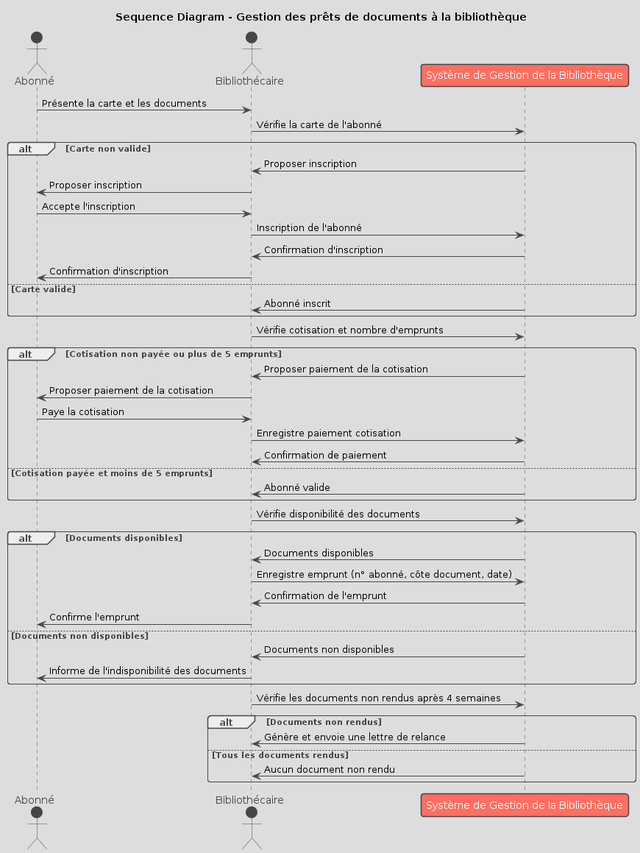
clemence95/CDA24178 keeps this PlantUML diagram as asset/diagramme_sequence.png. Above is the earlier version.
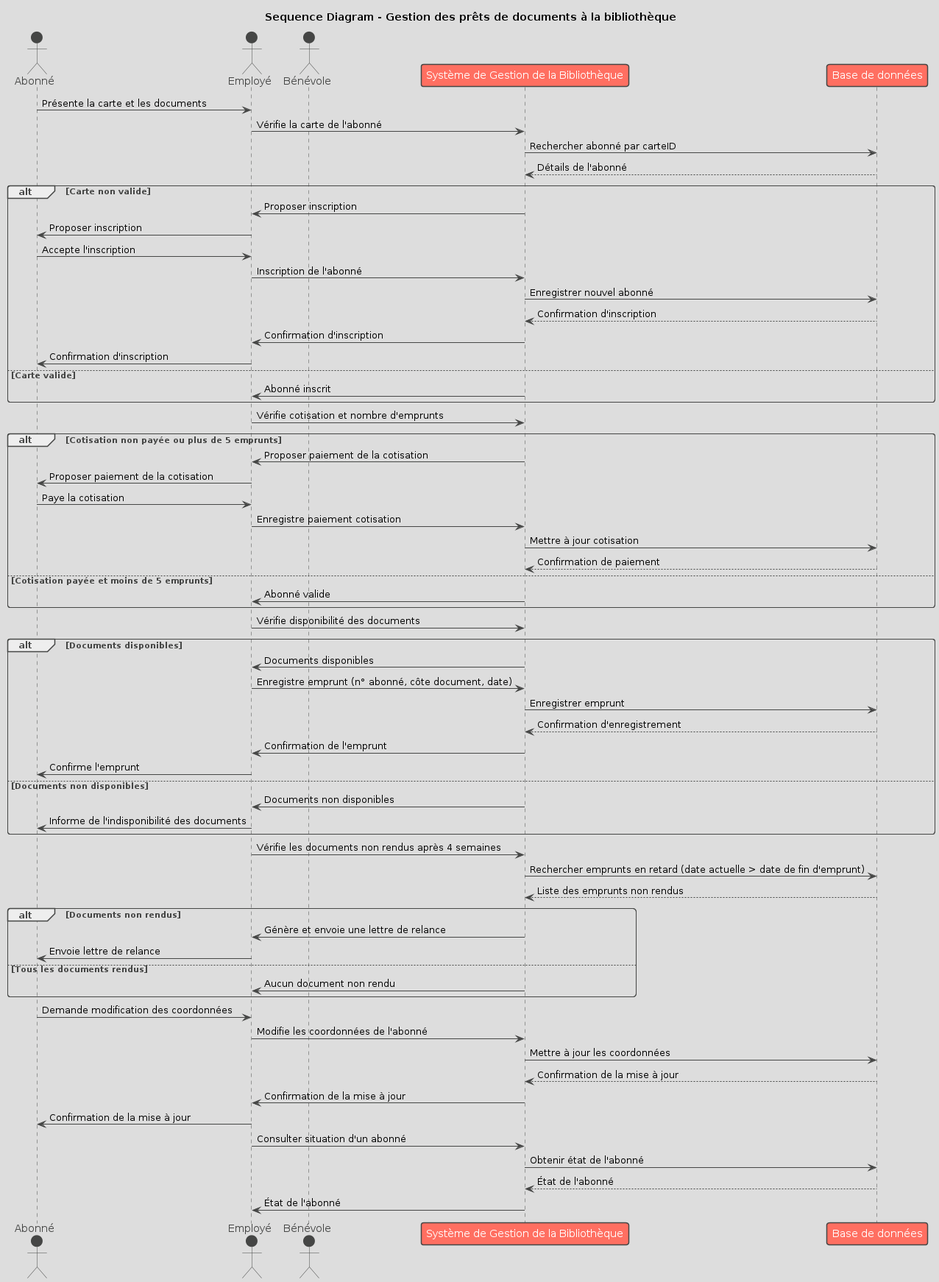
After the change.

What changed in the source:
```diff
@@ -3,48 +3,73 @@
 title Sequence Diagram - Gestion des prêts de documents à la bibliothèque
 
 actor Abonné
-actor Bibliothécaire
+actor Employé
+actor Bénévole
 participant "Système de Gestion de la Bibliothèque" as SGB
+participant "Base de données" as DB
 
-Abonné -> Bibliothécaire: Présente la carte et les documents
-Bibliothécaire -> SGB: Vérifie la carte de l'abonné
+Abonné -> Employé: Présente la carte et les documents
+Employé -> SGB: Vérifie la carte de l'abonné
+SGB -> DB: Rechercher abonné par carteID
+DB --> SGB: Détails de l'abonné
+
 alt Carte non valide
-    SGB -> Bibliothécaire: Proposer inscription
-    Bibliothécaire -> Abonné: Proposer inscription
-    Abonné -> Bibliothécaire: Accepte l'inscription
-    Bibliothécaire -> SGB: Inscription de l'abonné
-    SGB -> Bibliothécaire: Confirmation d'inscription
-    Bibliothécaire -> Abonné: Confirmation d'inscription
+    SGB -> Employé: Proposer inscription
+    Employé -> Abonné: Proposer inscription
+    Abonné -> Employé: Accepte l'inscription
+    Employé -> SGB: Inscription de l'abonné
+    SGB -> DB: Enregistrer nouvel abonné
+    DB --> SGB: Confirmation d'inscription
+    SGB -> Employé: Confirmation d'inscription
+    Employé -> Abonné: Confirmation d'inscription
 else Carte valide
-    SGB -> Bibliothécaire: Abonné inscrit
+    SGB -> Employé: Abonné inscrit
 end
 
-Bibliothécaire -> SGB: Vérifie cotisation et nombre d'emprunts
+Employé -> SGB: Vérifie cotisation et nombre d'emprunts
 alt Cotisation non payée ou plus de 5 emprunts
-    SGB -> Bibliothécaire: Proposer paiement de la cotisation
-    Bibliothécaire -> Abonné: Proposer paiement de la cotisation
-    Abonné -> Bibliothécaire: Paye la cotisation
-    Bibliothécaire -> SGB: Enregistre paiement cotisation
-    SGB -> Bibliothécaire: Confirmation de paiement
+    SGB -> Employé: Proposer paiement de la cotisation
+    Employé -> Abonné: Proposer paiement de la cotisation
+    Abonné -> Employé: Paye la cotisation
+    Employé -> SGB: Enregistre paiement cotisation
+    SGB -> DB: Mettre à jour cotisation
+    DB --> SGB: Confirmation de paiement
 else Cotisation payée et moins de 5 emprunts
-    SGB -> Bibliothécaire: Abonné valide
+    SGB -> Employé: Abonné valide
 end
 
-Bibliothécaire -> SGB: Vérifie disponibilité des documents
+Employé -> SGB: Vérifie disponibilité des documents
 alt Documents disponibles
-    SGB -> Bibliothécaire: Documents disponibles
-    Bibliothécaire -> SGB: Enregistre emprunt (n° abonné, côte document, date)
-    SGB -> Bibliothécaire: Confirmation de l'emprunt
-    Bibliothécaire -> Abonné: Confirme l'emprunt
+    SGB -> Employé: Documents disponibles
+    Employé -> SGB: Enregistre emprunt (n° abonné, côte document, date)
+    SGB -> DB: Enregistrer emprunt
+    DB --> SGB: Confirmation d'enregistrement
+    SGB -> Employé: Confirmation de l'emprunt
+    Employé -> Abonné: Confirme l'emprunt
 else Documents non disponibles
-    SGB -> Bibliothécaire: Documents non disponibles
-    Bibliothécaire -> Abonné: Informe de l'indisponibilité des documents
+    SGB -> Employé: Documents non disponibles
+    Employé -> Abonné: Informe de l'indisponibilité des documents
 end
 
-Bibliothécaire -> SGB: Vérifie les documents non rendus après 4 semaines
+Employé -> SGB: Vérifie les documents non rendus après 4 semaines
+SGB -> DB: Rechercher emprunts en retard (date actuelle > date de fin d'emprunt)
+DB --> SGB: Liste des emprunts non rendus
 alt Documents non rendus
-    SGB -> Bibliothécaire: Génère et envoie une lettre de relance
+    SGB -> Employé: Génère et envoie une lettre de relance
+    Employé -> Abonné: Envoie lettre de relance
 else Tous les documents rendus
-    SGB -> Bibliothécaire: Aucun document non rendu
+    SGB -> Employé: Aucun document non rendu
 end
+
+Abonné -> Employé: Demande modification des coordonnées
+Employé -> SGB: Modifie les coordonnées de l'abonné
+SGB -> DB: Mettre à jour les coordonnées
+DB --> SGB: Confirmation de la mise à jour
+SGB -> Employé: Confirmation de la mise à jour
+Employé -> Abonné: Confirmation de la mise à jour
+
+Employé -> SGB: Consulter situation d'un abonné
+SGB -> DB: Obtenir état de l'abonné
+DB --> SGB: État de l'abonné
+SGB -> Employé: État de l'abonné
 @enduml
```
